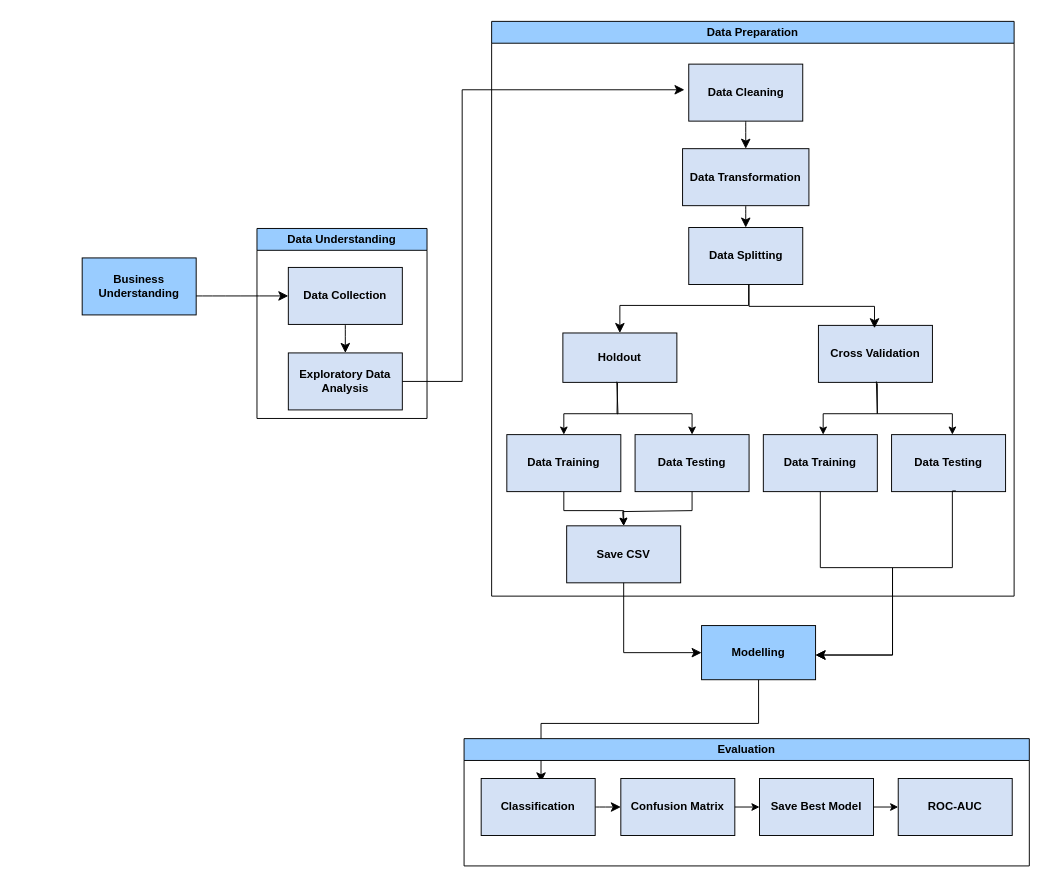
Before: Untitled Diagram.drawio in sleepygirlleen/Final-Project, a draw.io diagram. Source tidied: cells renumbered, new cells numbered last; positions are measured from the earlier drawing's top-left corner, leaving out a move shared by most shapes. Both pictures are drawn from the tidied source at 95%, with x=0, y=0 at pixel (82, 21).
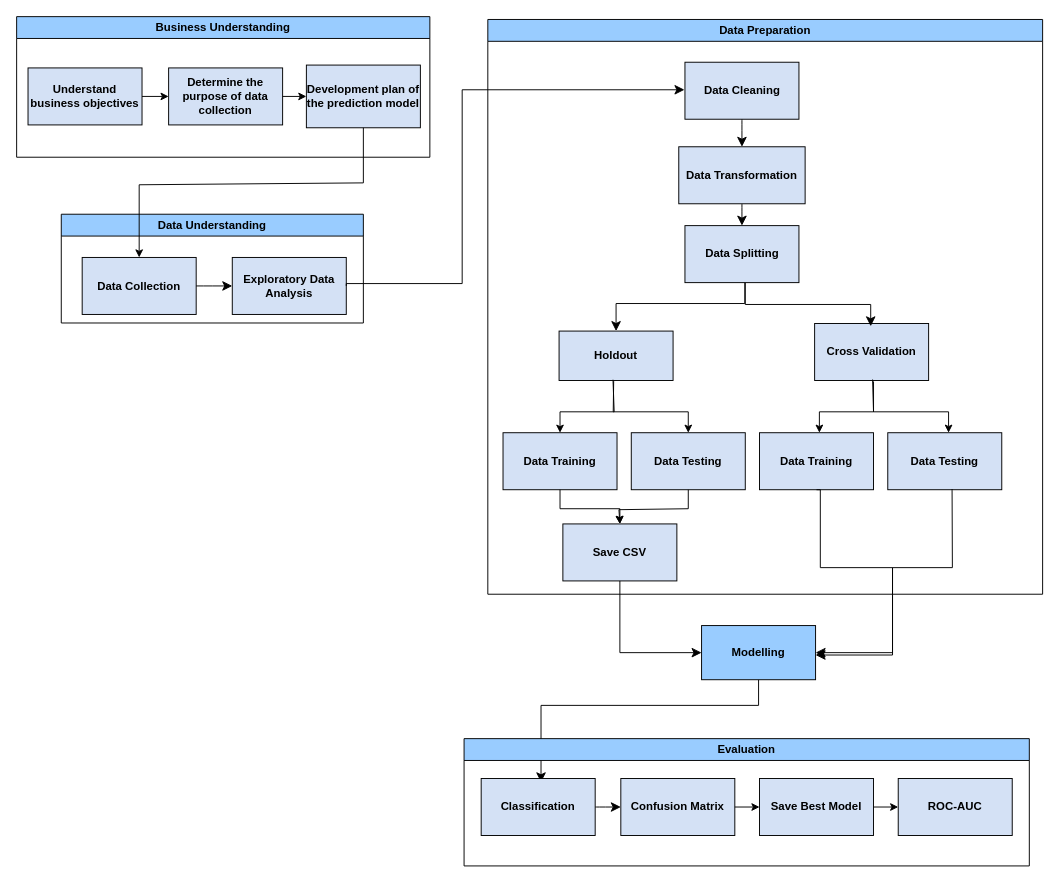
After the change.

Unchanged cells that the change refers to:
```xml
<mxCell id="5" value="&lt;b&gt;Modelling&lt;/b&gt;" style="rounded=0;whiteSpace=wrap;html=1;fillColor=#99CCFF;" parent="1" vertex="1">
  <mxGeometry x="652" y="636" width="120" height="57" as="geometry" />
</mxCell>
```

Diff of the diagram source:
```diff
@@
-    <mxCell id="2" style="edgeStyle=none;curved=1;rounded=0;jettySize=auto;html=1;fontSize=12;startSize=8;endSize=8;exitX=0.942;exitY=0.667;exitDx=0;exitDy=0;exitPerimeter=0;" parent="1" edge="1" source="3" target="8">
-      <mxGeometry relative="1" as="geometry" />
-    </mxCell>
-    <mxCell id="3" value="&lt;b&gt;Business Understanding&lt;/b&gt;" style="rounded=0;whiteSpace=wrap;html=1;fillColor=#99CCFF;" parent="1" vertex="1">
-      <mxGeometry y="249" width="120" height="60" as="geometry" />
-    </mxCell>
     <mxCell id="4" style="edgeStyle=orthogonalEdgeStyle;rounded=0;jettySize=auto;html=1;fontSize=12;startSize=8;endSize=8;fillColor=#99CCFF;exitX=0.5;exitY=1;exitDx=0;exitDy=0;" parent="1" edge="1" source="5">
       <mxGeometry relative="1" as="geometry">
         <mxPoint x="483" y="801" as="targetPoint" />
         <Array as="points">
-          <mxPoint x="712" y="739" />
-          <mxPoint x="483" y="739" />
+          <mxPoint x="712" y="720" />
+          <mxPoint x="483" y="720" />
         </Array>
       </mxGeometry>
     </mxCell>
@@
     <mxCell id="6" value="Data Understanding" style="swimlane;whiteSpace=wrap;html=1;fillColor=#99CCFF;" parent="1" vertex="1">
-      <mxGeometry x="184" y="218" width="179" height="200" as="geometry" />
+      <mxGeometry x="-22" y="203" width="318" height="114.5" as="geometry" />
     </mxCell>
-    <mxCell id="7" style="edgeStyle=none;curved=1;rounded=0;jettySize=auto;html=1;fontSize=12;startSize=8;endSize=8;fillColor=#D4E1F5;" parent="6" edge="1" source="8" target="9">
-      <mxGeometry relative="1" as="geometry" />
-    </mxCell>
     <mxCell id="8" value="&lt;b&gt;Data Collection&lt;/b&gt;" style="rounded=0;whiteSpace=wrap;html=1;fillColor=#D4E1F5;" parent="6" vertex="1">
-      <mxGeometry x="33" y="41" width="120" height="60" as="geometry" />
+      <mxGeometry x="22" y="45.5" width="120" height="60" as="geometry" />
     </mxCell>
     <mxCell id="9" value="&lt;b&gt;Exploratory Data Analysis&lt;/b&gt;" style="rounded=0;whiteSpace=wrap;html=1;fillColor=#D4E1F5;" parent="6" vertex="1">
-      <mxGeometry x="33" y="131" width="120" height="60" as="geometry" />
+      <mxGeometry x="180" y="45.5" width="120" height="60" as="geometry" />
     </mxCell>
+    <mxCell id="7" style="edgeStyle=none;curved=1;rounded=0;jettySize=auto;html=1;fontSize=12;startSize=8;endSize=8;fillColor=#D4E1F5;" parent="6" edge="1" source="8" target="9">
+      <mxGeometry relative="1" as="geometry" />
+    </mxCell>
     <mxCell id="10" value="Data Preparation" style="swimlane;whiteSpace=wrap;html=1;fillColor=#99CCFF;" parent="1" vertex="1">
-      <mxGeometry x="431" width="550" height="605" as="geometry" />
+      <mxGeometry x="427" y="-2" width="584" height="605" as="geometry" />
     </mxCell>
@@
     <mxCell id="31" style="endArrow=classic;html=1;rounded=0;fontSize=12;startSize=8;endSize=8;exitX=1;exitY=0.5;exitDx=0;exitDy=0;edgeStyle=orthogonalEdgeStyle;" parent="1" edge="1" source="9">
       <mxGeometry relative="1" as="geometry">
         <mxPoint x="634" y="72" as="targetPoint" />
         <Array as="points">
-          <mxPoint x="400" y="379" />
+          <mxPoint x="400" y="276" />
           <mxPoint x="400" y="72" />
         </Array>
       </mxGeometry>
     </mxCell>
@@
+    <mxCell id="3" value="Business Understanding" style="swimlane;whiteSpace=wrap;html=1;fillColor=#99CCFF;" parent="1" vertex="1">
+      <mxGeometry x="-69" y="-5" width="435" height="148" as="geometry" />
+    </mxCell>
+    <mxCell id="43" value="&lt;b&gt;Understand business objectives&lt;/b&gt;" style="rounded=0;whiteSpace=wrap;html=1;fillColor=#D4E1F5;" parent="3" vertex="1">
+      <mxGeometry x="12" y="54" width="120" height="60" as="geometry" />
+    </mxCell>
+    <mxCell id="44" value="&lt;b&gt;Determine the purpose of data collection&lt;/b&gt;" style="rounded=0;whiteSpace=wrap;html=1;fillColor=#D4E1F5;" parent="3" vertex="1">
+      <mxGeometry x="160" y="54" width="120" height="60" as="geometry" />
+    </mxCell>
+    <mxCell id="45" value="&lt;b&gt;&lt;br&gt;&lt;/b&gt;&lt;p&gt;&lt;b&gt;Development plan of the prediction model&lt;/b&gt;&lt;/p&gt;&lt;b&gt;&lt;br&gt;&lt;/b&gt;" style="rounded=0;whiteSpace=wrap;html=1;fillColor=#D4E1F5;" parent="3" vertex="1">
+      <mxGeometry x="305" y="51" width="120" height="66" as="geometry" />
+    </mxCell>
+    <mxCell id="46" style="endArrow=classic;html=1;rounded=0;exitX=1;exitY=0.5;exitDx=0;exitDy=0;" parent="3" edge="1" source="43" target="44">
+      <mxGeometry relative="1" as="geometry" />
+    </mxCell>
+    <mxCell id="47" style="endArrow=classic;html=1;rounded=0;exitX=1;exitY=0.5;exitDx=0;exitDy=0;entryX=0;entryY=0.5;entryDx=0;entryDy=0;" parent="3" edge="1" source="44" target="45">
+      <mxGeometry relative="1" as="geometry" />
+    </mxCell>
+    <mxCell id="48" style="endArrow=classic;html=1;rounded=0;exitX=0.5;exitY=1;exitDx=0;exitDy=0;entryX=0.5;entryY=0;entryDx=0;entryDy=0;" parent="1" edge="1" source="45" target="8">
+      <mxGeometry relative="1" as="geometry">
+        <Array as="points">
+          <mxPoint x="296" y="170" />
+          <mxPoint x="60" y="172" />
+        </Array>
+      </mxGeometry>
+    </mxCell>
```
